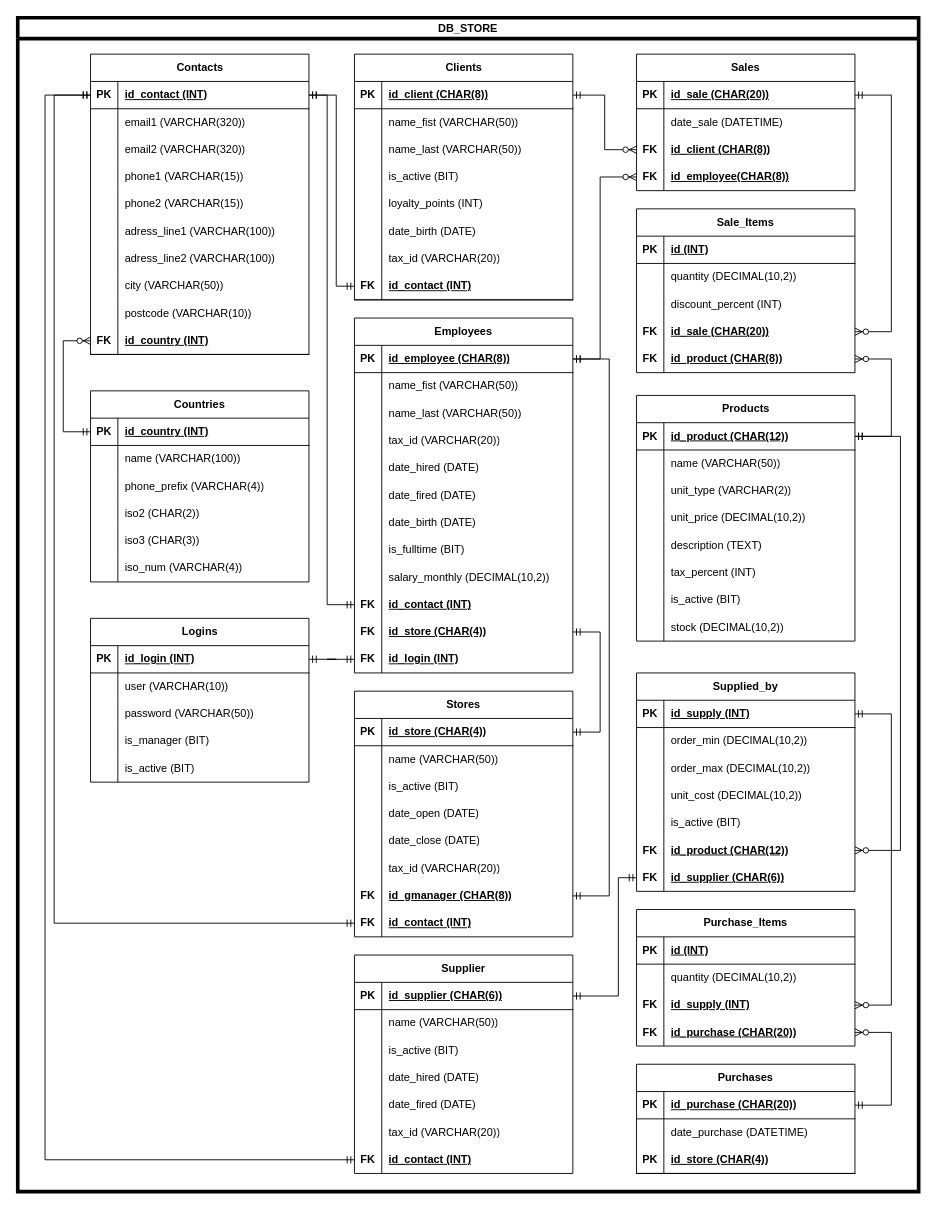
Before: Docs/ERM_StoreV2.drawio in PBento96/Projeto10790, a draw.io diagram. Source tidied: cells renumbered, new cells numbered last; positions are measured from the earlier drawing's top-left corner, leaving out a move shared by most shapes. Both pictures are drawn from the tidied source at 91%, with x=0, y=0 at pixel (17, 17).
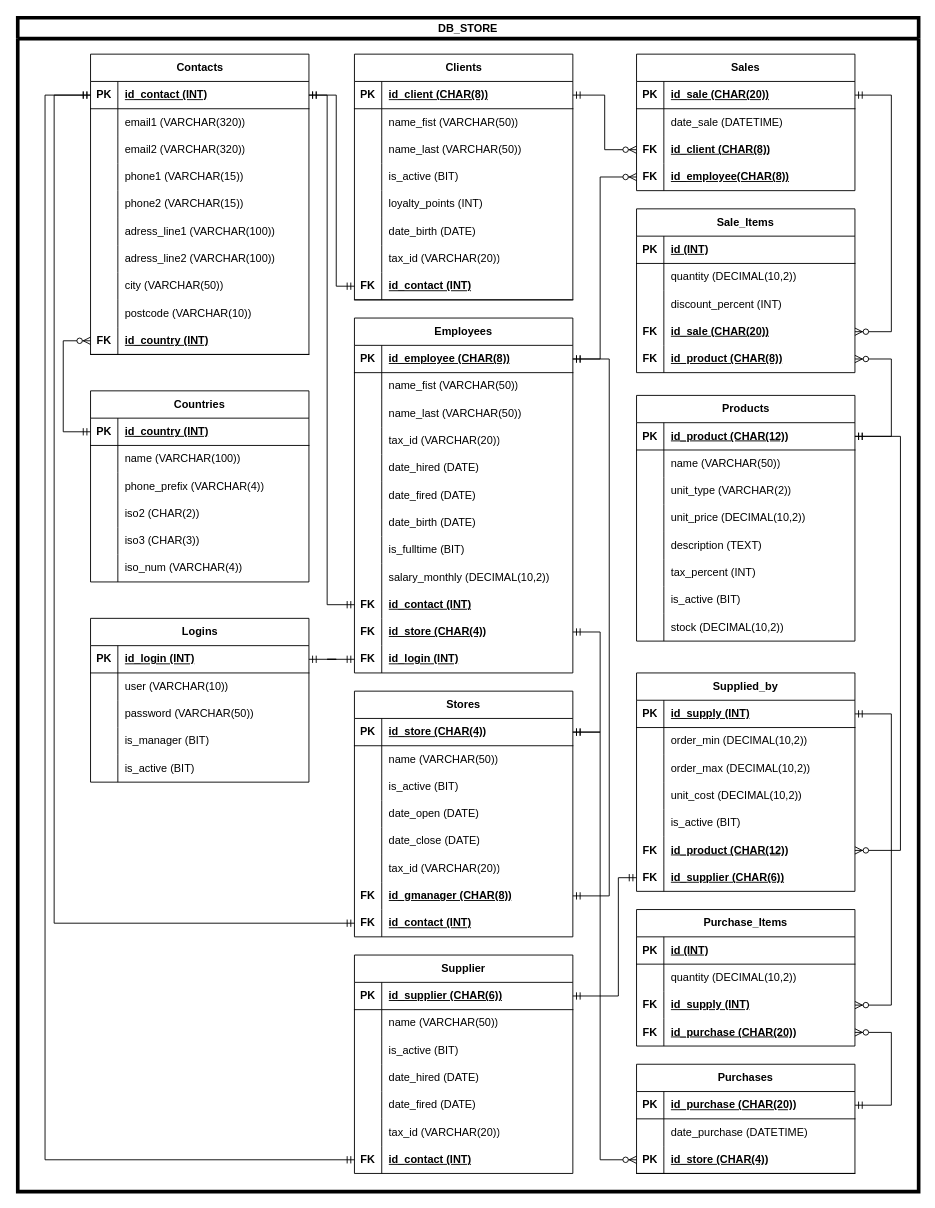
The same page after the edit.

The change refers to these unchanged cells:
```xml
<mxCell id="65" style="shape=tableRow;horizontal=0;startSize=0;swimlaneHead=0;swimlaneBody=0;fillColor=none;points=[[0,0.5],[1,0.5]];portConstraint=eastwest;top=0;left=0;right=0;bottom=1;html=1;labelBackgroundColor=none;" parent="64" vertex="1">
  <mxGeometry y="30" width="240" height="30" as="geometry" />
</mxCell>
<mxCell id="194" style="shape=tableRow;horizontal=0;startSize=0;swimlaneHead=0;swimlaneBody=0;fillColor=none;points=[[0,0.5],[1,0.5]];portConstraint=eastwest;top=0;left=0;right=0;bottom=1;html=1;labelBackgroundColor=none;" parent="187" vertex="1">
  <mxGeometry y="90" width="240" height="30" as="geometry" />
</mxCell>
```

Diff of the diagram source:
```diff
@@
+    <mxCell id="293" style="edgeStyle=elbowEdgeStyle;fontSize=12;html=1;endArrow=ERzeroToMany;startArrow=ERmandOne;rounded=0;entryX=0;entryY=0.5;entryDx=0;entryDy=0;exitX=1;exitY=0.5;exitDx=0;exitDy=0;" parent="1" edge="1" source="65" target="194">
+      <mxGeometry relative="1" as="geometry">
+        <Array as="points">
+          <mxPoint x="640" y="1010" />
+        </Array>
+      </mxGeometry>
+    </mxCell>
```
